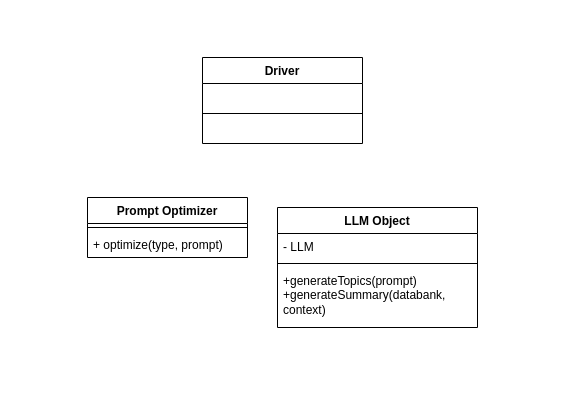
The draw.io diagram DomainModel.drawio in IshaanTakrani/Raisearch, before the edit. Source tidied: cells renumbered, new cells numbered last; positions are measured from the earlier drawing's top-left corner, leaving out a move shared by most shapes. Both pictures are drawn from the tidied source at 100%, with x=0, y=0 at pixel (87, 57).
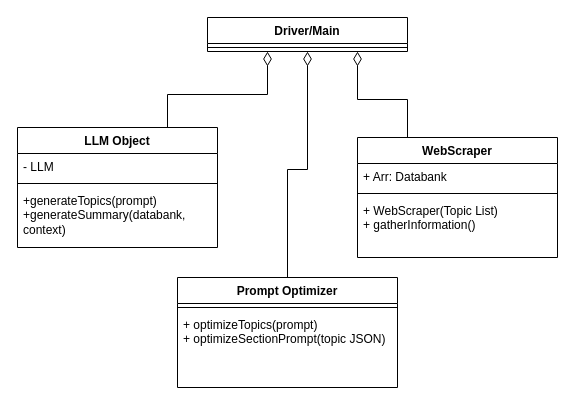
The same diagram, later.

Diff of the diagram source:
```diff
@@
 <mxGraphModel>
   <root>
     <mxCell id="0" />
     <mxCell id="1" parent="0" />
-    <mxCell id="2" value="Driver" style="swimlane;fontStyle=1;align=center;verticalAlign=top;horizontal=1;startSize=26;whiteSpace=wrap;html=1;" parent="1" vertex="1">
-      <mxGeometry x="115" width="160" height="86" as="geometry" />
-    </mxCell>
-    <mxCell id="3" value="&lt;div&gt;&amp;nbsp; &lt;br&gt;&lt;/div&gt;&lt;div&gt;&lt;br&gt;&lt;/div&gt;" style="text;strokeColor=none;fillColor=none;align=left;verticalAlign=top;spacingLeft=4;spacingRight=4;overflow=hidden;whiteSpace=wrap;html=1;" parent="2" vertex="1">
-      <mxGeometry y="26" width="160" height="26" as="geometry" />
-    </mxCell>
-    <mxCell id="4" style="line;strokeWidth=1;fillColor=none;align=left;verticalAlign=middle;spacingTop=-1;spacingLeft=3;spacingRight=3;labelPosition=right;strokeColor=inherit;" parent="2" vertex="1">
-      <mxGeometry y="52" width="160" height="8" as="geometry" />
-    </mxCell>
-    <mxCell id="5" value="&lt;div&gt;&lt;br&gt;&lt;/div&gt;&lt;div&gt;&lt;br&gt;&lt;/div&gt;" style="text;strokeColor=none;fillColor=none;align=left;verticalAlign=top;spacingLeft=4;spacingRight=4;overflow=hidden;whiteSpace=wrap;html=1;" parent="2" vertex="1">
-      <mxGeometry y="60" width="160" height="26" as="geometry" />
-    </mxCell>
+    <mxCell id="13" style="edgeStyle=orthogonalEdgeStyle;rounded=0;jettySize=auto;html=1;exitX=0.5;exitY=0;exitDx=0;exitDy=0;entryX=0.5;entryY=1;entryDx=0;entryDy=0;endArrow=diamondThin;endFill=0;endSize=12;" parent="1" edge="1" source="6" target="19">
+      <mxGeometry relative="1" as="geometry" />
+    </mxCell>
     <mxCell id="6" value="Prompt Optimizer" style="swimlane;fontStyle=1;align=center;verticalAlign=top;horizontal=1;startSize=26;whiteSpace=wrap;html=1;" parent="1" vertex="1">
-      <mxGeometry y="140" width="160" height="60" as="geometry" />
+      <mxGeometry x="90" y="220" width="220" height="110" as="geometry" />
     </mxCell>
     <mxCell id="7" style="line;strokeWidth=1;fillColor=none;align=left;verticalAlign=middle;spacingTop=-1;spacingLeft=3;spacingRight=3;labelPosition=right;strokeColor=inherit;" parent="6" vertex="1">
-      <mxGeometry y="26" width="160" height="8" as="geometry" />
+      <mxGeometry y="26" width="220" height="8" as="geometry" />
     </mxCell>
-    <mxCell id="8" value="+ optimize(type, prompt)" style="text;strokeColor=none;fillColor=none;align=left;verticalAlign=top;spacingLeft=4;spacingRight=4;overflow=hidden;whiteSpace=wrap;html=1;" parent="6" vertex="1">
-      <mxGeometry y="34" width="160" height="26" as="geometry" />
+    <mxCell id="8" value="&lt;div&gt;+ optimizeTopics(prompt)&lt;/div&gt;&lt;div&gt;+ optimizeSectionPrompt(topic JSON)&lt;br&gt;&lt;/div&gt;" style="text;strokeColor=none;fillColor=none;align=left;verticalAlign=top;spacingLeft=4;spacingRight=4;overflow=hidden;whiteSpace=wrap;html=1;" parent="6" vertex="1">
+      <mxGeometry y="34" width="220" height="76" as="geometry" />
     </mxCell>
     <mxCell id="9" value="LLM Object" style="swimlane;fontStyle=1;align=center;verticalAlign=top;horizontal=1;startSize=26;whiteSpace=wrap;html=1;" parent="1" vertex="1">
-      <mxGeometry x="190" y="150" width="200" height="120" as="geometry" />
+      <mxGeometry x="-70" y="70" width="200" height="120" as="geometry" />
     </mxCell>
     <mxCell id="10" value="- LLM" style="text;strokeColor=none;fillColor=none;align=left;verticalAlign=top;spacingLeft=4;spacingRight=4;overflow=hidden;whiteSpace=wrap;html=1;" parent="9" vertex="1">
       <mxGeometry y="26" width="200" height="26" as="geometry" />
     </mxCell>
     <mxCell id="11" style="line;strokeWidth=1;fillColor=none;align=left;verticalAlign=middle;spacingTop=-1;spacingLeft=3;spacingRight=3;labelPosition=right;strokeColor=inherit;" parent="9" vertex="1">
       <mxGeometry y="52" width="200" height="8" as="geometry" />
     </mxCell>
     <mxCell id="12" value="&lt;div&gt;+generateTopics(prompt)&lt;/div&gt;&lt;div&gt;+generateSummary(databank, context)&lt;/div&gt;" style="text;strokeColor=none;fillColor=none;align=left;verticalAlign=top;spacingLeft=4;spacingRight=4;overflow=hidden;whiteSpace=wrap;html=1;" parent="9" vertex="1">
       <mxGeometry y="60" width="200" height="60" as="geometry" />
     </mxCell>
+    <mxCell id="14" style="edgeStyle=orthogonalEdgeStyle;rounded=0;jettySize=auto;html=1;exitX=0.25;exitY=0;exitDx=0;exitDy=0;entryX=0.75;entryY=1;entryDx=0;entryDy=0;endArrow=diamondThin;endFill=0;endSize=12;" parent="1" edge="1" source="15" target="19">
+      <mxGeometry relative="1" as="geometry" />
+    </mxCell>
+    <mxCell id="15" value="WebScraper" style="swimlane;fontStyle=1;align=center;verticalAlign=top;horizontal=1;startSize=26;whiteSpace=wrap;html=1;" parent="1" vertex="1">
+      <mxGeometry x="270" y="80" width="200" height="120" as="geometry" />
+    </mxCell>
+    <mxCell id="16" value="+ Arr: Databank" style="text;strokeColor=none;fillColor=none;align=left;verticalAlign=top;spacingLeft=4;spacingRight=4;overflow=hidden;whiteSpace=wrap;html=1;" parent="15" vertex="1">
+      <mxGeometry y="26" width="200" height="26" as="geometry" />
+    </mxCell>
+    <mxCell id="17" style="line;strokeWidth=1;fillColor=none;align=left;verticalAlign=middle;spacingTop=-1;spacingLeft=3;spacingRight=3;labelPosition=right;strokeColor=inherit;" parent="15" vertex="1">
+      <mxGeometry y="52" width="200" height="8" as="geometry" />
+    </mxCell>
+    <mxCell id="18" value="&lt;div&gt;+ WebScraper(Topic List)&lt;/div&gt;&lt;div&gt;+ gatherInformation()&lt;br&gt;&lt;/div&gt;" style="text;strokeColor=none;fillColor=none;align=left;verticalAlign=top;spacingLeft=4;spacingRight=4;overflow=hidden;whiteSpace=wrap;html=1;" parent="15" vertex="1">
+      <mxGeometry y="60" width="200" height="60" as="geometry" />
+    </mxCell>
+    <mxCell id="19" value="Driver/Main" style="swimlane;fontStyle=1;align=center;verticalAlign=top;horizontal=1;startSize=26;whiteSpace=wrap;html=1;" parent="1" vertex="1">
+      <mxGeometry x="120" y="-40" width="200" height="34" as="geometry" />
+    </mxCell>
+    <mxCell id="20" style="line;strokeWidth=1;fillColor=none;align=left;verticalAlign=middle;spacingTop=-1;spacingLeft=3;spacingRight=3;labelPosition=right;points=[];portConstraint=eastwest;strokeColor=inherit;" parent="19" vertex="1">
+      <mxGeometry y="26" width="200" height="8" as="geometry" />
+    </mxCell>
+    <mxCell id="21" style="edgeStyle=orthogonalEdgeStyle;rounded=0;jettySize=auto;html=1;exitX=0.75;exitY=0;exitDx=0;exitDy=0;entryX=0.3;entryY=1;entryDx=0;entryDy=0;entryPerimeter=0;endArrow=diamondThin;endFill=0;endSize=12;" parent="1" edge="1" source="9" target="20">
+      <mxGeometry relative="1" as="geometry" />
+    </mxCell>
   </root>
 </mxGraphModel>
```
